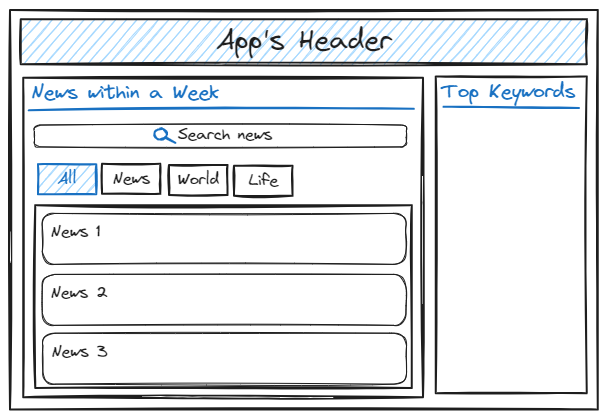
ptpuyen1511/headlines-summaries-news-app keeps this Excalidraw diagram as imgs/wireframe.excalidraw.png. Above is the earlier version. Source tidied: one line per element, renumbered; positions are measured from the earlier drawing's top-left corner, leaving out a move shared by most shapes.
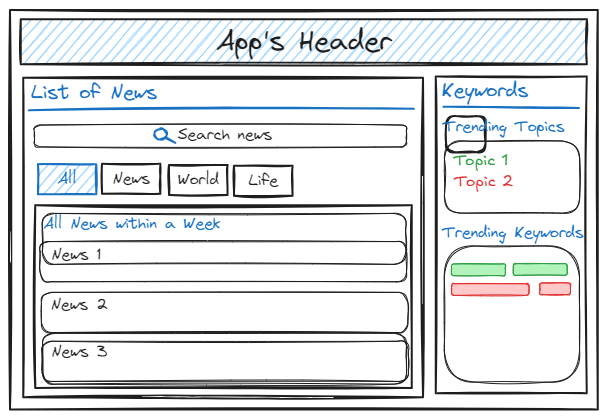
The same diagram one commit later.

Commit message:
update: displaying trending topics and keywords

Change to the diagram source:
```diff
@@ -3,9 +3,9 @@
 {"id": 2, "type": "text", "text": "App's Header", "strokeColor": "#1e1e1e", "backgroundColor": "#a5d8ff", "fillStyle": "hachure", "strokeWidth": 2, "roughness": 2, "fontSize": 28, "fontFamily": 1, "textAlign": "center", "verticalAlign": "middle", "inside": 1, "x": 206, "y": 14, "width": 175, "height": 35}
 {"id": 3, "type": "rectangle", "strokeColor": "#1e1e1e", "strokeWidth": 2, "roughness": 1, "x": 13, "y": 68, "width": 400, "height": 319}
 {"id": 4, "type": "rectangle", "strokeColor": "#1e1e1e", "strokeWidth": 2, "roughness": 1, "x": 426, "y": 66, "width": 151, "height": 317}
-{"id": 5, "type": "text", "text": "News within a Week", "strokeColor": "#1971c2", "strokeWidth": 2, "roughness": 1, "fontSize": 20, "fontFamily": 1, "x": 21, "y": 70, "width": 188, "height": 25}
+{"id": 5, "type": "text", "text": "List of News", "strokeColor": "#1971c2", "strokeWidth": 2, "roughness": 1, "fontSize": 20, "fontFamily": 1, "x": 21, "y": 70, "width": 126, "height": 25}
 {"id": 6, "type": "line", "strokeColor": "#1971c2", "strokeWidth": 2, "roughness": 1, "x": 19, "y": 100, "width": 385, "height": 2, "points": [[0, 0], [385, -2]]}
-{"id": 7, "type": "text", "text": "Top Keywords", "strokeColor": "#1971c2", "strokeWidth": 2, "roughness": 1, "fontSize": 20, "fontFamily": 1, "x": 432, "y": 69, "width": 134, "height": 25}
+{"id": 7, "type": "text", "text": "Keywords", "strokeColor": "#1971c2", "strokeWidth": 2, "roughness": 1, "fontSize": 20, "fontFamily": 1, "x": 432, "y": 69, "width": 87, "height": 25}
 {"id": 8, "type": "line", "strokeColor": "#1971c2", "strokeWidth": 2, "roughness": 1, "x": 434, "y": 97, "width": 135, "height": 1, "points": [[0, 0], [135, 1]]}
 {"id": 9, "type": "rectangle", "strokeColor": "#1971c2", "backgroundColor": "#a5d8ff", "fillStyle": "hachure", "strokeWidth": 2, "roughness": 1, "x": 28, "y": 154, "width": 58, "height": 30}
 {"id": 10, "type": "text", "text": "All", "strokeColor": "#1971c2", "strokeWidth": 2, "roughness": 1, "fontSize": 16, "fontFamily": 1, "textAlign": "center", "verticalAlign": "middle", "inside": 9, "x": 48, "y": 159, "width": 19, "height": 20}
@@ -16,13 +16,24 @@
 {"id": 15, "type": "rectangle", "strokeColor": "#1e1e1e", "strokeWidth": 2, "roughness": 1, "x": 224, "y": 156, "width": 58, "height": 30}
 {"id": 16, "type": "text", "text": "Life", "strokeColor": "#1e1e1e", "strokeWidth": 2, "roughness": 1, "fontSize": 16, "fontFamily": 1, "textAlign": "center", "verticalAlign": "middle", "inside": 15, "x": 238, "y": 161, "width": 30, "height": 20}
 {"id": 17, "type": "rectangle", "strokeColor": "#1e1e1e", "strokeWidth": 2, "roughness": 1, "x": 25, "y": 195, "width": 377, "height": 183}
-{"id": 18, "type": "rectangle", "strokeColor": "#1e1e1e", "strokeWidth": 1, "roughness": 1, "round": true, "x": 32, "y": 203, "width": 364, "height": 51}
-{"id": 19, "type": "text", "text": "News 1", "strokeColor": "#1e1e1e", "strokeWidth": 1, "roughness": 1, "fontSize": 16, "fontFamily": 1, "x": 41, "y": 212, "width": 50, "height": 20}
+{"id": 19, "type": "text", "text": "News 1", "strokeColor": "#1e1e1e", "strokeWidth": 1, "roughness": 1, "fontSize": 16, "fontFamily": 1, "x": 41, "y": 235, "width": 50, "height": 20}
-{"id": 20, "type": "rectangle", "strokeColor": "#1e1e1e", "strokeWidth": 1, "roughness": 1, "round": true, "x": 32, "y": 264, "width": 364, "height": 51}
+{"id": 20, "type": "rectangle", "strokeColor": "#1e1e1e", "strokeWidth": 1, "roughness": 1, "round": true, "x": 31, "y": 282, "width": 366, "height": 40}
-{"id": 21, "type": "text", "text": "News 2", "strokeColor": "#1e1e1e", "strokeWidth": 1, "roughness": 1, "fontSize": 16, "fontFamily": 1, "x": 41, "y": 273, "width": 57, "height": 20}
+{"id": 21, "type": "text", "text": "News 2", "strokeColor": "#1e1e1e", "strokeWidth": 1, "roughness": 1, "fontSize": 16, "fontFamily": 1, "x": 41, "y": 284, "width": 57, "height": 20}
-{"id": 22, "type": "rectangle", "strokeColor": "#1e1e1e", "strokeWidth": 1, "roughness": 1, "round": true, "x": 33, "y": 323, "width": 364, "height": 51}
 {"id": 23, "type": "text", "text": "News 3", "strokeColor": "#1e1e1e", "strokeWidth": 1, "roughness": 1, "fontSize": 16, "fontFamily": 1, "x": 41, "y": 332, "width": 56, "height": 20}
 {"id": 24, "type": "rectangle", "strokeColor": "#1e1e1e", "strokeWidth": 1, "roughness": 1, "round": true, "x": 24, "y": 115, "width": 372, "height": 22}
 {"id": 25, "type": "ellipse", "strokeColor": "#1971c2", "strokeWidth": 2, "roughness": 1, "round": true, "x": 144, "y": 119, "width": 13, "height": 11}
 {"id": 26, "type": "line", "strokeColor": "#1971c2", "strokeWidth": 2, "roughness": 1, "round": true, "x": 156, "y": 127, "width": 9, "height": 5, "points": [[0, 0], [9, 5]]}
 {"id": 27, "type": "text", "text": "Search news", "strokeColor": "#1e1e1e", "strokeWidth": 2, "roughness": 1, "fontSize": 16, "fontFamily": 1, "x": 168, "y": 115, "width": 95, "height": 20}
+{"id": 28, "type": "rectangle", "strokeColor": "#1e1e1e", "strokeWidth": 1, "roughness": 1, "round": true, "x": 434, "y": 131, "width": 135, "height": 72}
+{"id": 29, "type": "text", "text": "Trending Topics", "strokeColor": "#1971c2", "strokeWidth": 1, "roughness": 1, "fontSize": 16, "fontFamily": 1, "x": 433, "y": 107, "width": 122, "height": 20}
+{"id": 30, "type": "rectangle", "strokeColor": "#1e1e1e", "strokeWidth": 1, "roughness": 1, "round": true, "x": 434, "y": 236, "width": 135, "height": 136}
+{"id": 31, "type": "text", "text": "Trending Keywords", "strokeColor": "#1971c2", "strokeWidth": 1, "roughness": 1, "fontSize": 16, "fontFamily": 1, "x": 432, "y": 213, "width": 141, "height": 20}
+{"id": 32, "type": "text", "text": "Topic 1", "strokeColor": "#2f9e44", "strokeWidth": 1, "roughness": 1, "fontSize": 16, "fontFamily": 5, "x": 443, "y": 141, "width": 56, "height": 20}
+{"id": 33, "type": "text", "text": "Topic 2", "strokeColor": "#e03131", "strokeWidth": 1, "roughness": 1, "fontSize": 16, "fontFamily": 5, "x": 443, "y": 162, "width": 60, "height": 20}
+{"id": 34, "type": "rectangle", "strokeColor": "#2f9e44", "backgroundColor": "#b2f2bb", "fillStyle": "solid", "strokeWidth": 1, "roughness": 1, "round": true, "x": 441, "y": 254, "width": 54, "height": 12}
+{"id": 35, "type": "rectangle", "strokeColor": "#2f9e44", "backgroundColor": "#b2f2bb", "fillStyle": "solid", "strokeWidth": 1, "roughness": 1, "round": true, "x": 503, "y": 254, "width": 54, "height": 12}
+{"id": 36, "type": "rectangle", "strokeColor": "#e03131", "backgroundColor": "#ffc9c9", "fillStyle": "solid", "strokeWidth": 1, "roughness": 1, "round": true, "x": 442, "y": 274, "width": 77, "height": 12}
+{"id": 37, "type": "rectangle", "strokeColor": "#e03131", "backgroundColor": "#ffc9c9", "fillStyle": "solid", "strokeWidth": 1, "roughness": 1, "round": true, "x": 530, "y": 273, "width": 31, "height": 12}
+{"id": 38, "type": "rectangle", "strokeColor": "#1e1e1e", "strokeWidth": 1, "roughness": 1, "round": true, "x": 32, "y": 331, "width": 366, "height": 40}
+{"id": 39, "type": "rectangle", "strokeColor": "#1e1e1e", "strokeWidth": 1, "roughness": 1, "round": true, "x": 30, "y": 232, "width": 366, "height": 40}
+{"id": 40, "type": "text", "text": "All News within a Week", "strokeColor": "#1971c2", "strokeWidth": 1, "roughness": 1, "fontSize": 16, "fontFamily": 1, "x": 33, "y": 204, "width": 177, "height": 20}
```
